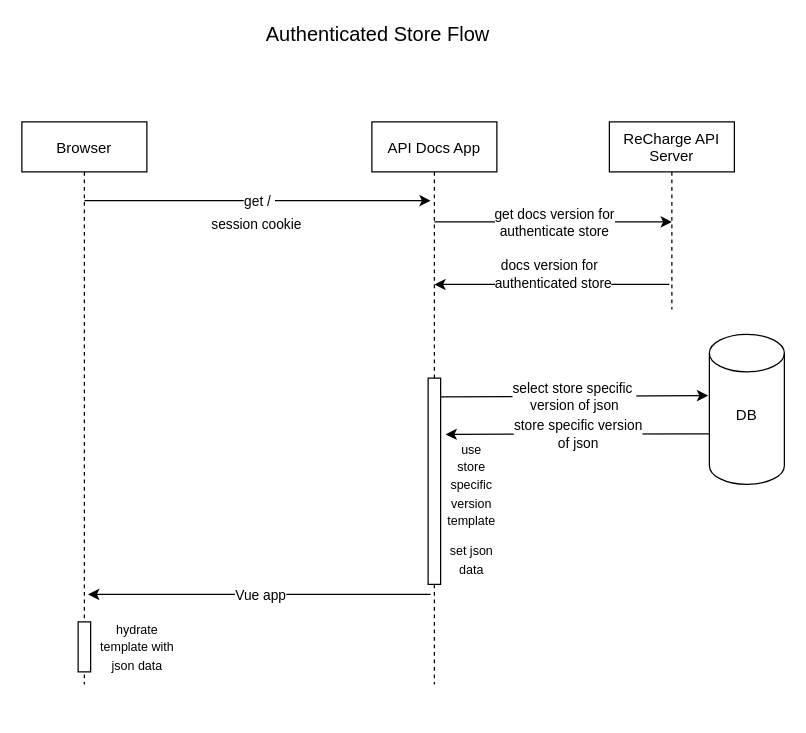
alexrsunrise/diagrams keeps this draw.io diagram as ReChargeApiDocs/Authenticated User Flow.drawio. Above is the earlier version. Source tidied: cells renumbered, new cells numbered last; positions are measured from the earlier drawing's top-left corner, leaving out a move shared by most shapes. Both pictures are drawn from the tidied source at 125%, with x=0, y=0 at pixel (21, 21).
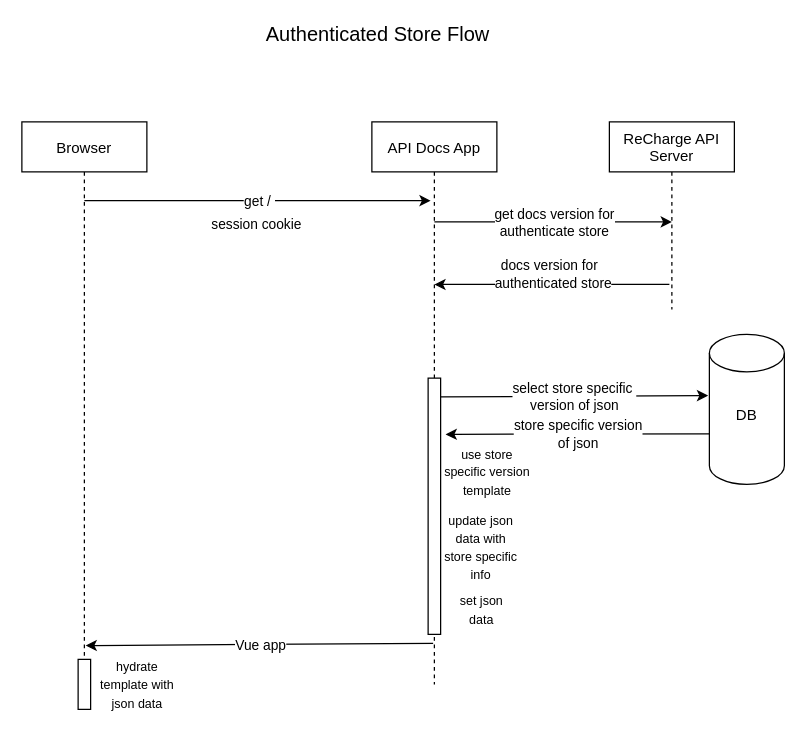
Above is the later version.

Unchanged cells that the change refers to:
```xml
<mxCell id="2" value="Browser" style="shape=umlLifeline;perimeter=lifelinePerimeter;rounded=0;shadow=0;strokeWidth=1;" parent="1" vertex="1">
  <mxGeometry y="80" width="100" height="450" as="geometry" />
</mxCell>
<mxCell id="3" value="API Docs App" style="shape=umlLifeline;perimeter=lifelinePerimeter;rounded=0;shadow=0;strokeWidth=1;" parent="1" vertex="1">
  <mxGeometry x="280" y="80" width="100" height="450" as="geometry" />
</mxCell>
```

What changed in the source:
```diff
@@
     <mxCell id="7" style="rounded=0;whiteSpace=wrap;html=1;" parent="1" vertex="1">
-      <mxGeometry x="325" y="285" width="10" height="165" as="geometry" />
+      <mxGeometry x="325" y="285" width="10" height="205" as="geometry" />
     </mxCell>
@@
     <mxCell id="12" value="&lt;span style=&quot;font-size: 10px&quot;&gt;use store specific version template&lt;br&gt;&lt;/span&gt;" style="text;html=1;strokeColor=none;fillColor=none;align=center;verticalAlign=middle;whiteSpace=wrap;rounded=0;" parent="1" vertex="1">
-      <mxGeometry x="340" y="360" width="40" height="20" as="geometry" />
+      <mxGeometry x="335" y="350" width="75" height="20" as="geometry" />
     </mxCell>
-    <mxCell id="13" style="endArrow=classic;html=1;exitX=0.47;exitY=0.84;exitDx=0;exitDy=0;exitPerimeter=0;entryX=0.53;entryY=0.84;entryDx=0;entryDy=0;entryPerimeter=0;" parent="1" edge="1" source="3" target="2">
+    <mxCell id="13" style="endArrow=classic;html=1;exitX=0.49;exitY=0.927;exitDx=0;exitDy=0;exitPerimeter=0;entryX=0.51;entryY=0.931;entryDx=0;entryDy=0;entryPerimeter=0;" parent="1" edge="1" source="3" target="2">
       <mxGeometry relative="1" as="geometry" />
     </mxCell>
@@
     <mxCell id="15" value="&lt;font style=&quot;font-size: 10px&quot;&gt;set json data&lt;/font&gt;" style="text;html=1;strokeColor=none;fillColor=none;align=center;verticalAlign=middle;whiteSpace=wrap;rounded=0;" parent="1" vertex="1">
-      <mxGeometry x="340" y="420" width="40" height="20" as="geometry" />
+      <mxGeometry x="347.5" y="460" width="40" height="20" as="geometry" />
     </mxCell>
     <mxCell id="16" style="rounded=0;whiteSpace=wrap;html=1;" parent="1" vertex="1">
-      <mxGeometry x="45" y="480" width="10" height="40" as="geometry" />
+      <mxGeometry x="45" y="510" width="10" height="40" as="geometry" />
     </mxCell>
     <mxCell id="17" value="&lt;font style=&quot;font-size: 10px&quot;&gt;hydrate template with json data&lt;/font&gt;" style="text;html=1;strokeColor=none;fillColor=none;align=center;verticalAlign=middle;whiteSpace=wrap;rounded=0;" parent="1" vertex="1">
-      <mxGeometry x="55" y="490" width="75" height="20" as="geometry" />
+      <mxGeometry x="55" y="520" width="75" height="20" as="geometry" />
     </mxCell>
@@
+    <mxCell id="26" value="&lt;font style=&quot;font-size: 10px&quot;&gt;update json data with store specific info&lt;/font&gt;" style="text;html=1;strokeColor=none;fillColor=none;align=center;verticalAlign=middle;whiteSpace=wrap;rounded=0;" parent="1" vertex="1">
+      <mxGeometry x="335" y="410" width="65" height="20" as="geometry" />
+    </mxCell>
```
